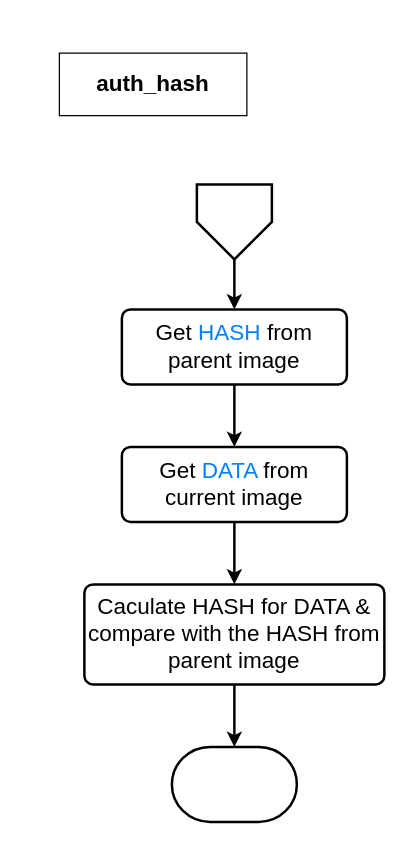
The draw.io diagram page "auth_hash" (5 of 7) of mbedx509_parser.drawio in daichin/secureboot, before the edit. Source tidied: cells renumbered, new cells numbered last; positions are measured from the earlier drawing's top-left corner, leaving out a move shared by most shapes. Both pictures are drawn from the tidied source at 125%, with x=0, y=0 at pixel (59, 52).
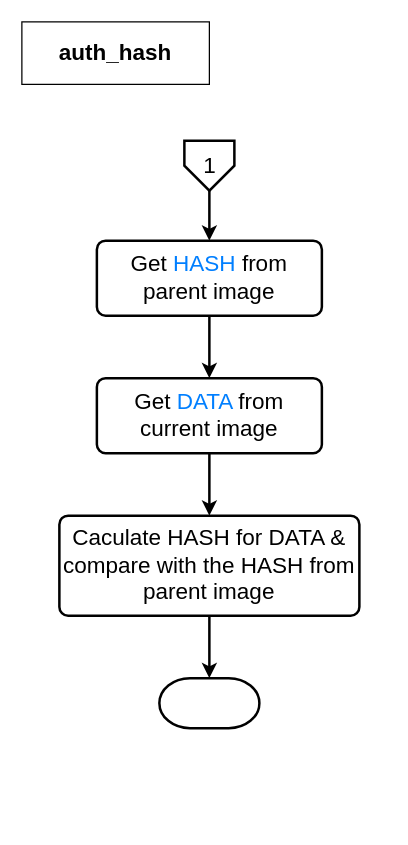
Above is the later version.

Diff of the diagram source:
```diff
@@
 <mxGraphModel>
   <root>
     <mxCell id="0" />
     <mxCell id="1" parent="0" />
     <mxCell id="2" value="auth_hash" style="whiteSpace=wrap;html=1;fontSize=18;align=center;fontStyle=1;" parent="1" vertex="1">
-      <mxGeometry width="150" height="50" as="geometry" />
+      <mxGeometry x="-30" y="-25" width="150" height="50" as="geometry" />
     </mxCell>
     <mxCell id="3" style="edgeStyle=orthogonalEdgeStyle;rounded=0;jettySize=auto;html=1;fontSize=18;strokeWidth=2;" parent="1" edge="1" source="4" target="6">
       <mxGeometry relative="1" as="geometry" />
     </mxCell>
-    <mxCell id="4" style="verticalLabelPosition=bottom;verticalAlign=top;html=1;strokeWidth=2;shape=offPageConnector;rounded=0;size=0.5;fontSize=18;align=center;" parent="1" vertex="1">
-      <mxGeometry x="110" y="105" width="60" height="60" as="geometry" />
+    <mxCell id="4" value="1" style="verticalLabelPosition=middle;verticalAlign=middle;html=1;strokeWidth=2;shape=offPageConnector;rounded=0;size=0.5;fontSize=18;align=center;labelPosition=center;" parent="1" vertex="1">
+      <mxGeometry x="100" y="70" width="40" height="40" as="geometry" />
     </mxCell>
     <mxCell id="5" style="edgeStyle=orthogonalEdgeStyle;rounded=0;jettySize=auto;html=1;fontSize=18;strokeWidth=2;" parent="1" edge="1" source="6" target="8">
       <mxGeometry relative="1" as="geometry" />
     </mxCell>
     <mxCell id="6" value="Get &lt;font color=&quot;#007fff&quot;&gt;HASH&lt;/font&gt; from parent image" style="rounded=1;whiteSpace=wrap;html=1;absoluteArcSize=1;arcSize=14;strokeWidth=2;fontSize=18;align=center;" parent="1" vertex="1">
-      <mxGeometry x="50" y="205" width="180" height="60" as="geometry" />
+      <mxGeometry x="30" y="150" width="180" height="60" as="geometry" />
     </mxCell>
     <mxCell id="7" style="edgeStyle=orthogonalEdgeStyle;rounded=0;jettySize=auto;html=1;fontSize=18;strokeWidth=2;" parent="1" edge="1" source="8" target="10">
       <mxGeometry relative="1" as="geometry" />
     </mxCell>
     <mxCell id="8" value="Get &lt;font color=&quot;#007fff&quot;&gt;DATA&lt;/font&gt; from current image" style="rounded=1;whiteSpace=wrap;html=1;absoluteArcSize=1;arcSize=14;strokeWidth=2;fontSize=18;align=center;" parent="1" vertex="1">
-      <mxGeometry x="50" y="315" width="180" height="60" as="geometry" />
+      <mxGeometry x="30" y="260" width="180" height="60" as="geometry" />
     </mxCell>
     <mxCell id="9" style="edgeStyle=orthogonalEdgeStyle;rounded=0;jettySize=auto;html=1;fontSize=18;strokeWidth=2;" parent="1" edge="1" source="10" target="11">
       <mxGeometry relative="1" as="geometry" />
     </mxCell>
     <mxCell id="10" value="Caculate HASH for DATA &amp;amp; compare with the HASH from parent image" style="rounded=1;whiteSpace=wrap;html=1;absoluteArcSize=1;arcSize=14;strokeWidth=2;fontSize=18;align=center;" parent="1" vertex="1">
-      <mxGeometry x="20" y="425" width="240" height="80" as="geometry" />
+      <mxGeometry y="370" width="240" height="80" as="geometry" />
     </mxCell>
     <mxCell id="11" style="strokeWidth=2;html=1;shape=mxgraph.flowchart.terminator;whiteSpace=wrap;fontSize=18;align=center;" parent="1" vertex="1">
-      <mxGeometry x="90" y="555" width="100" height="60" as="geometry" />
+      <mxGeometry x="80" y="500" width="80" height="40" as="geometry" />
     </mxCell>
   </root>
 </mxGraphModel>
```
